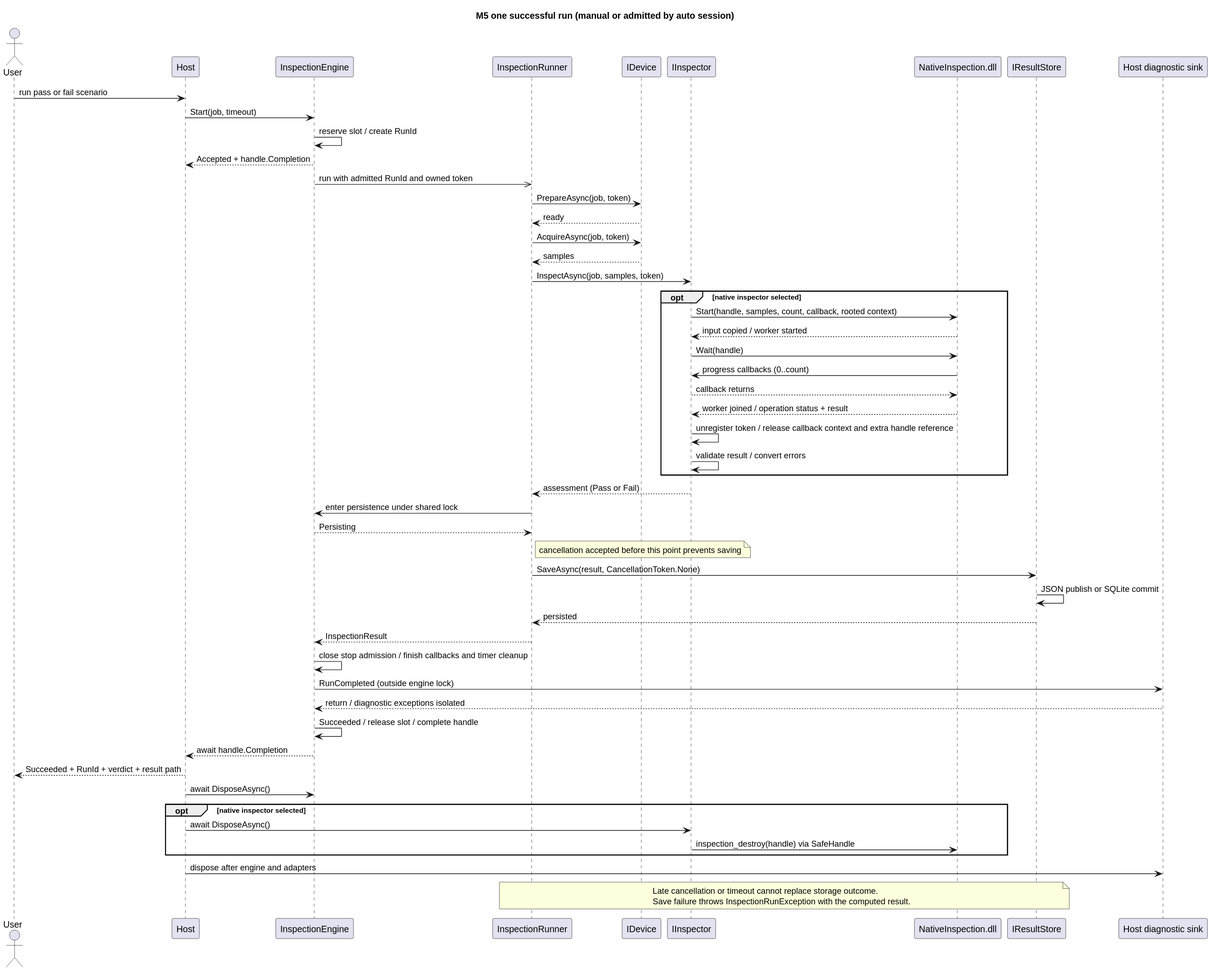
Myoungmin/CSharp-InspectionCore-Lab keeps this PlantUML diagram as docs/diagrams/generated/run-sequence.svg. Above is the earlier version. Its source is kept beside it as docs/diagrams/run-sequence.puml.
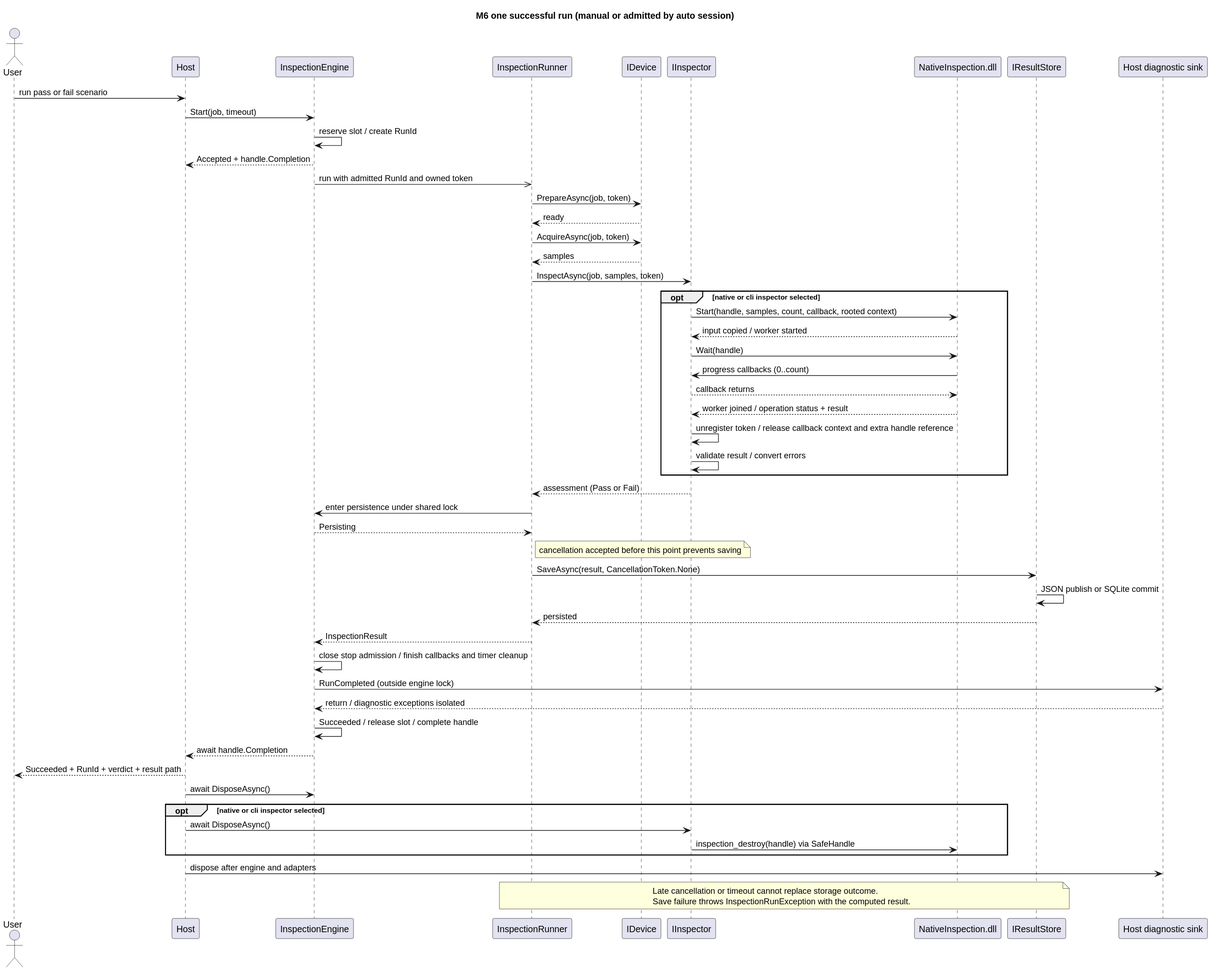
Above is the later version.

Change to the diagram source:
```diff
@@ -1,5 +1,5 @@
 @startuml run-sequence
-title M5 one successful run (manual or admitted by auto session)
+title M6 one successful run (manual or admitted by auto session)
 actor User
 participant Host
 participant InspectionEngine as Engine
@@ -19,7 +19,7 @@
 Runner -> Device : AcquireAsync(job, token)
 Device --> Runner : samples
 Runner -> Inspector : InspectAsync(job, samples, token)
-opt native inspector selected
+opt native or cli inspector selected
 Inspector -> DLL : Start(handle, samples, count, callback, rooted context)
 DLL --> Inspector : input copied / worker started
 Inspector -> DLL : Wait(handle)
@@ -44,7 +44,7 @@
 Engine --> Host : await handle.Completion
 Host --> User : Succeeded + RunId + verdict + result path
 Host -> Engine : await DisposeAsync()
-opt native inspector selected
+opt native or cli inspector selected
 Host -> Inspector : await DisposeAsync()
 Inspector -> DLL : inspection_destroy(handle) via SafeHandle
 end
```
